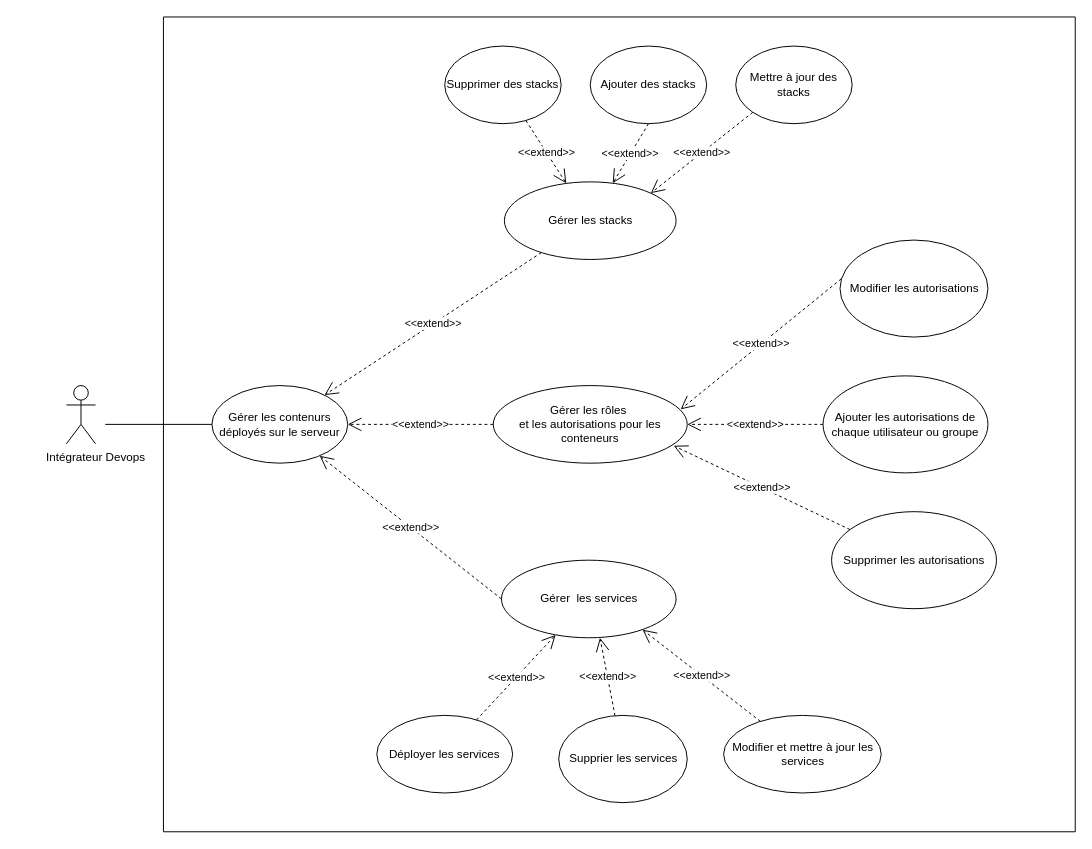
Before: page "Page-10" (12 of 13) of Diagramme sans nom.drawio in EmiraDga/CanvasAnimation, a draw.io diagram. Source tidied: cells renumbered, new cells numbered last; positions are measured from the earlier drawing's top-left corner, leaving out a move shared by most shapes. Both pictures are drawn from the tidied source at 97%, with x=0, y=0 at pixel (66, 16).
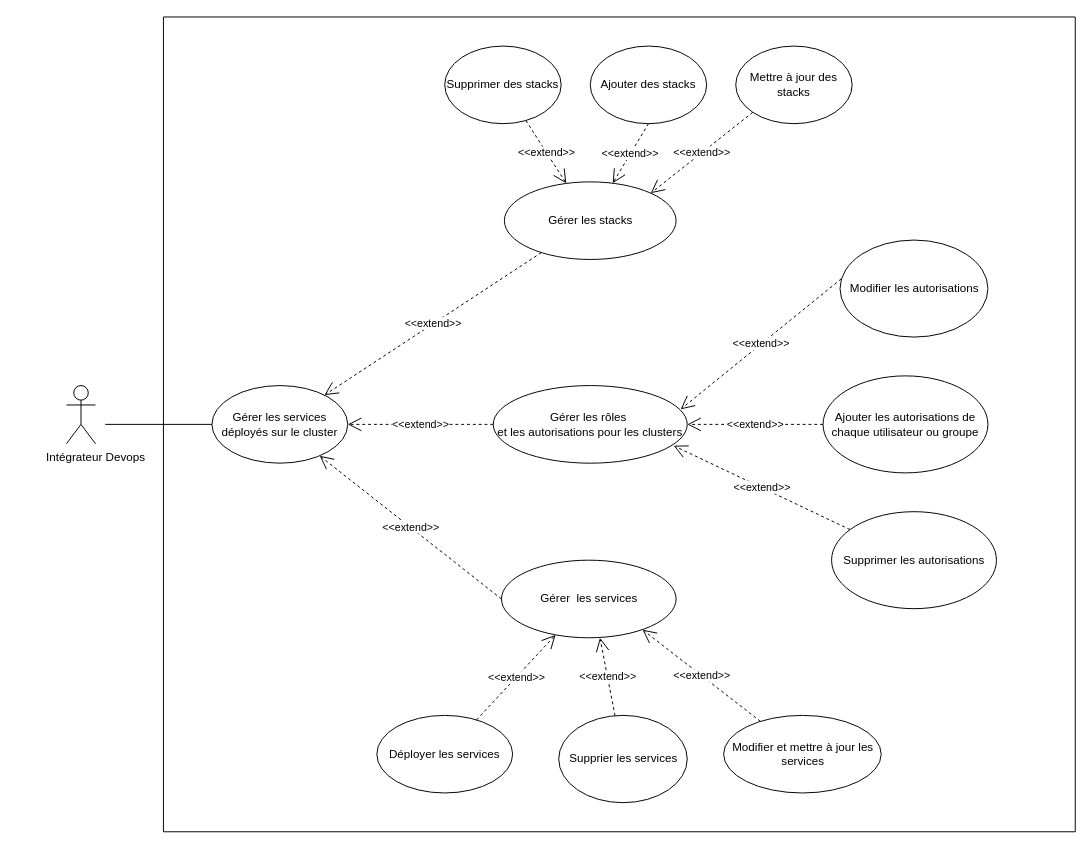
Above is the later version.

Commit message:
Mettre à jour Diagramme sans nom.drawio

The edit, as a diff of the source:
```diff
@@
-    <mxCell id="5" value="Gérer les contenurs déployés sur le serveur" style="ellipse;whiteSpace=wrap;html=1;" parent="1" vertex="1">
+    <mxCell id="5" value="Gérer les services déployés sur le cluster" style="ellipse;whiteSpace=wrap;html=1;" parent="1" vertex="1">
       <mxGeometry x="150" y="380" width="140" height="80" as="geometry" />
     </mxCell>
@@
-    <mxCell id="12" value="&lt;div&gt;Gérer les rôles&amp;nbsp;&lt;/div&gt;&lt;div&gt;et les autorisations pour les conteneurs&lt;/div&gt;" style="ellipse;whiteSpace=wrap;html=1;" parent="1" vertex="1">
+    <mxCell id="12" value="&lt;div&gt;Gérer les rôles&amp;nbsp;&lt;/div&gt;&lt;div&gt;et les autorisations pour les clusters&lt;/div&gt;" style="ellipse;whiteSpace=wrap;html=1;" parent="1" vertex="1">
       <mxGeometry x="440" y="380" width="200" height="80" as="geometry" />
     </mxCell>
```
